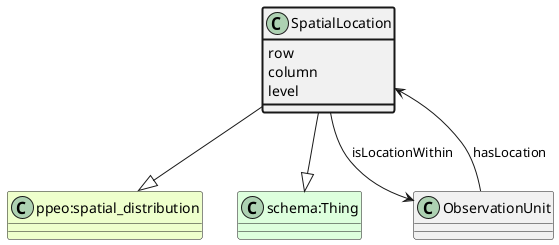
Earlier version of the PlantUML export ttl_uml/ttl_appn_SpatialLocation.png (aus-plant-phenomics-network/appn-schema).
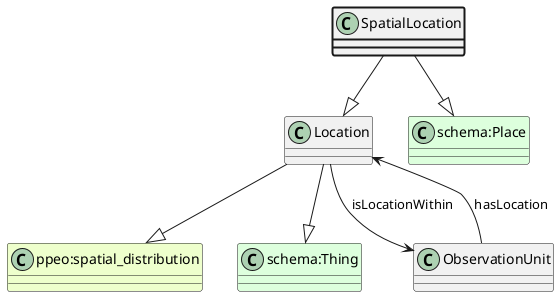
The same file after the commit.

Change to the diagram source:
```diff
@@ -1,20 +1,15 @@
 @startuml
 class SpatialLocation  #line.bold
+class Location
 class "ppeo:spatial_distribution" #EEFFCC
-SpatialLocation --|> "ppeo:spatial_distribution"
+Location --|> "ppeo:spatial_distribution"
 class "schema:Thing" #DDFFDD
-SpatialLocation --|> "schema:Thing"
+Location --|> "schema:Thing"
+SpatialLocation --|> Location
+class "schema:Place" #DDFFDD
+SpatialLocation --|> "schema:Place"
 class ObservationUnit
-ObservationUnit --> SpatialLocation : hasLocation
+ObservationUnit --> Location : hasLocation
 class ObservationUnit
-SpatialLocation --> ObservationUnit : isLocationWithin
-class SpatialLocation #line.bold {
-    row
-}
-class SpatialLocation #line.bold {
-    column
-}
-class SpatialLocation #line.bold {
-    level
-}
+Location --> ObservationUnit : isLocationWithin
 @enduml
```
